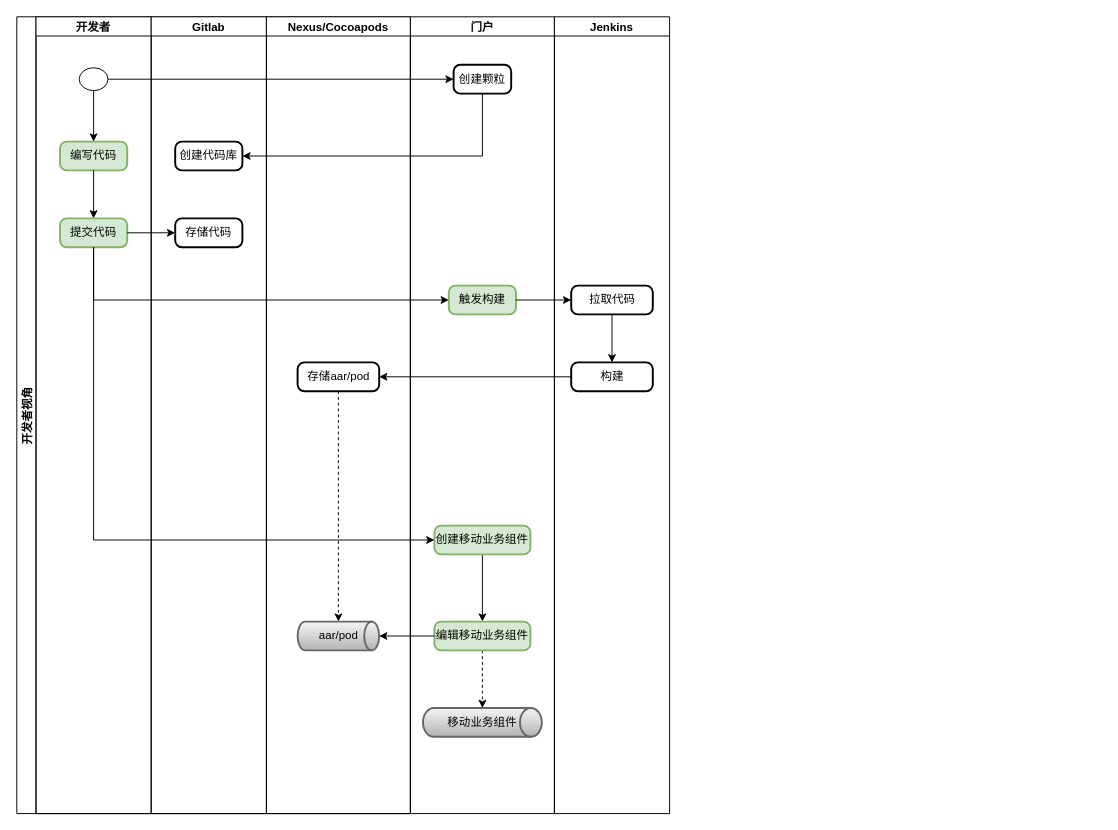
Before: page "第 5 页" (5 of 11) of assembly-factory.drawio in kwhitestone/drawio, a draw.io diagram. Source tidied: cells renumbered, new cells numbered last; positions are measured from the earlier drawing's top-left corner, leaving out a move shared by most shapes. Both pictures are drawn from the tidied source at 96%, with x=0, y=0 at pixel (16, 16).
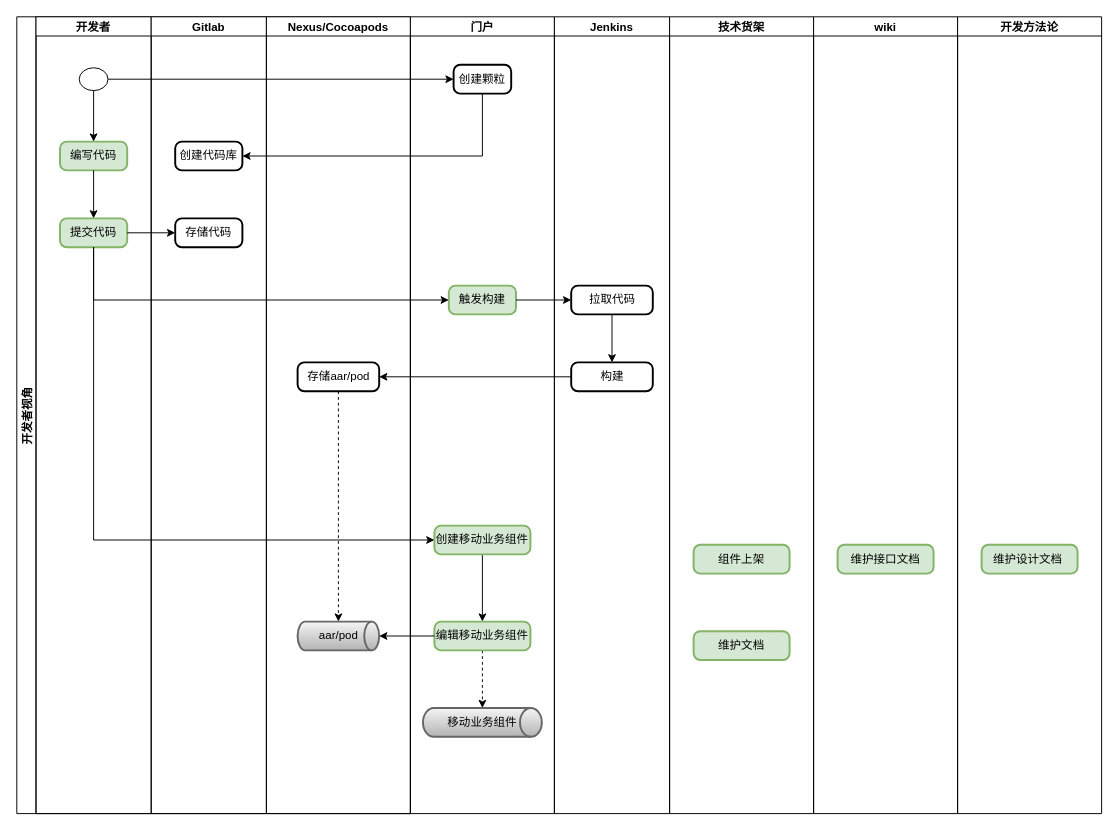
The same diagram, later.

Unchanged cells that the change refers to:
```xml
<mxCell id="17" value="门户" style="swimlane;startSize=20;" parent="1" vertex="1">
  <mxGeometry x="410" width="150" height="830" as="geometry" />
</mxCell>
<mxCell id="21" value="创建移动业务组件" style="rounded=1;whiteSpace=wrap;html=1;absoluteArcSize=1;arcSize=14;strokeWidth=2;fillColor=#d5e8d4;strokeColor=#82b366;" parent="17" vertex="1">
  <mxGeometry x="25" y="530" width="100" height="30" as="geometry" />
</mxCell>
```

The edit, as a diff of the source:
```diff
@@
-    <mxCell id="20" style="edgeStyle=orthogonalEdgeStyle;rounded=0;jettySize=auto;html=1;entryX=0.5;entryY=0;entryDx=0;entryDy=0;entryPerimeter=0;" parent="17" edge="1" source="21">
-      <mxGeometry relative="1" as="geometry">
-        <mxPoint x="75" y="630" as="targetPoint" />
-      </mxGeometry>
-    </mxCell>
+    <mxCell id="36" style="edgeStyle=orthogonalEdgeStyle;rounded=0;jettySize=auto;html=1;entryX=0.5;entryY=0;entryDx=0;entryDy=0;entryPerimeter=0;" parent="17" edge="1" source="21">
+      <mxGeometry relative="1" as="geometry">
+        <mxPoint x="75" y="630" as="targetPoint" />
+      </mxGeometry>
+    </mxCell>
@@
+    <mxCell id="37" value="技术货架" style="swimlane;startSize=20;" parent="1" vertex="1">
+      <mxGeometry x="680" width="150" height="830" as="geometry" />
+    </mxCell>
+    <mxCell id="38" value="组件上架" style="rounded=1;whiteSpace=wrap;html=1;absoluteArcSize=1;arcSize=14;strokeWidth=2;fillColor=#d5e8d4;strokeColor=#82b366;" parent="37" vertex="1">
+      <mxGeometry x="25" y="550" width="100" height="30" as="geometry" />
+    </mxCell>
+    <mxCell id="39" value="维护文档" style="rounded=1;whiteSpace=wrap;html=1;absoluteArcSize=1;arcSize=14;strokeWidth=2;fillColor=#d5e8d4;strokeColor=#82b366;" parent="37" vertex="1">
+      <mxGeometry x="25" y="640" width="100" height="30" as="geometry" />
+    </mxCell>
+    <mxCell id="40" value="wiki" style="swimlane;startSize=20;" parent="1" vertex="1">
+      <mxGeometry x="830" width="150" height="830" as="geometry" />
+    </mxCell>
+    <mxCell id="41" value="维护接口文档" style="rounded=1;whiteSpace=wrap;html=1;absoluteArcSize=1;arcSize=14;strokeWidth=2;fillColor=#d5e8d4;strokeColor=#82b366;" parent="40" vertex="1">
+      <mxGeometry x="25" y="550" width="100" height="30" as="geometry" />
+    </mxCell>
+    <mxCell id="42" value="开发方法论" style="swimlane;startSize=20;" parent="1" vertex="1">
+      <mxGeometry x="980" width="150" height="830" as="geometry" />
+    </mxCell>
+    <mxCell id="43" value="维护设计文档&amp;nbsp;" style="rounded=1;whiteSpace=wrap;html=1;absoluteArcSize=1;arcSize=14;strokeWidth=2;fillColor=#d5e8d4;strokeColor=#82b366;" parent="42" vertex="1">
+      <mxGeometry x="25" y="550" width="100" height="30" as="geometry" />
+    </mxCell>
```
